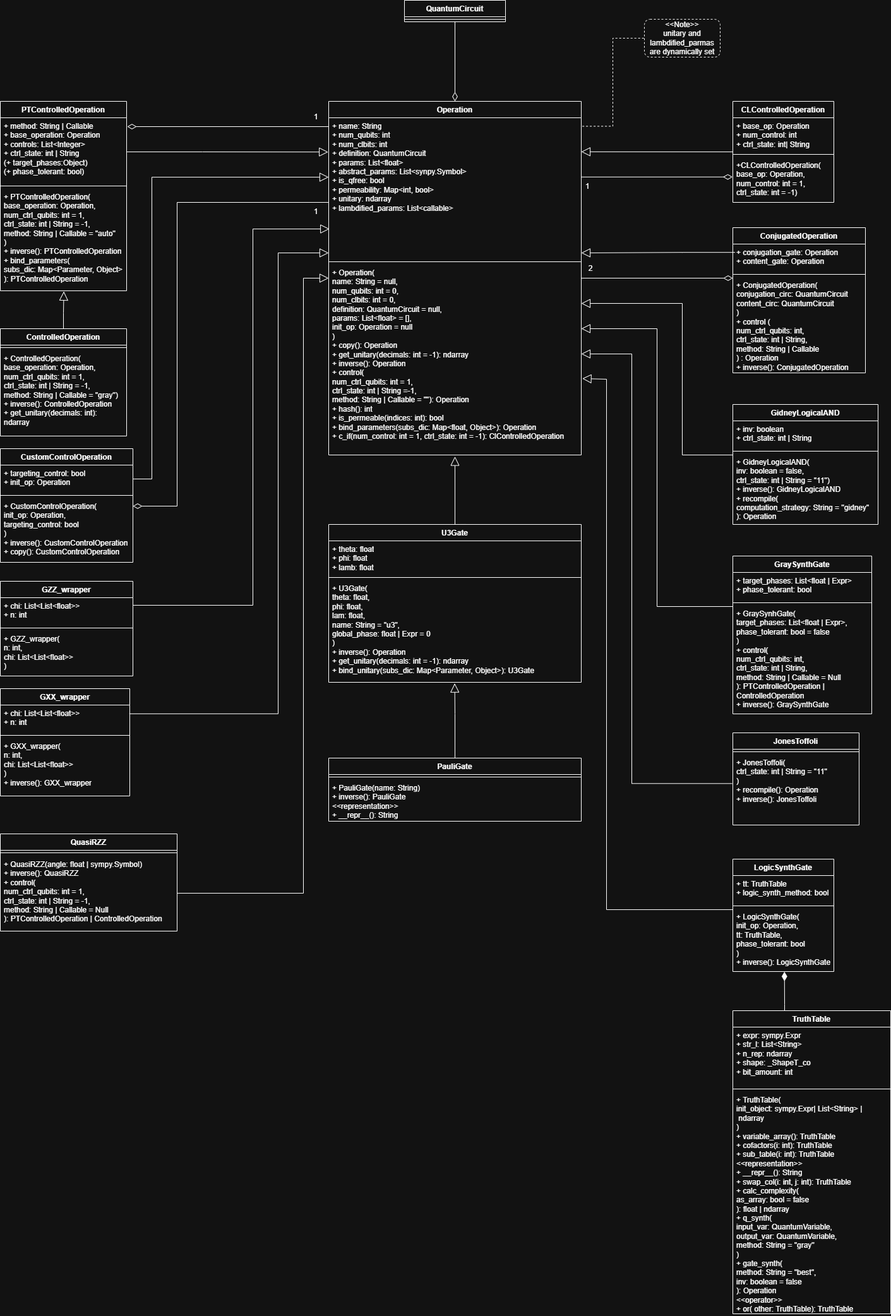
This is documentation/class_diagrams/Operations.png from Jfilz001/QrispUML, a draw.io export, as it was before one commit. Source tidied: cells renumbered, new cells last; positions are measured from the earlier drawing's top-left corner, leaving out a move shared by most shapes.
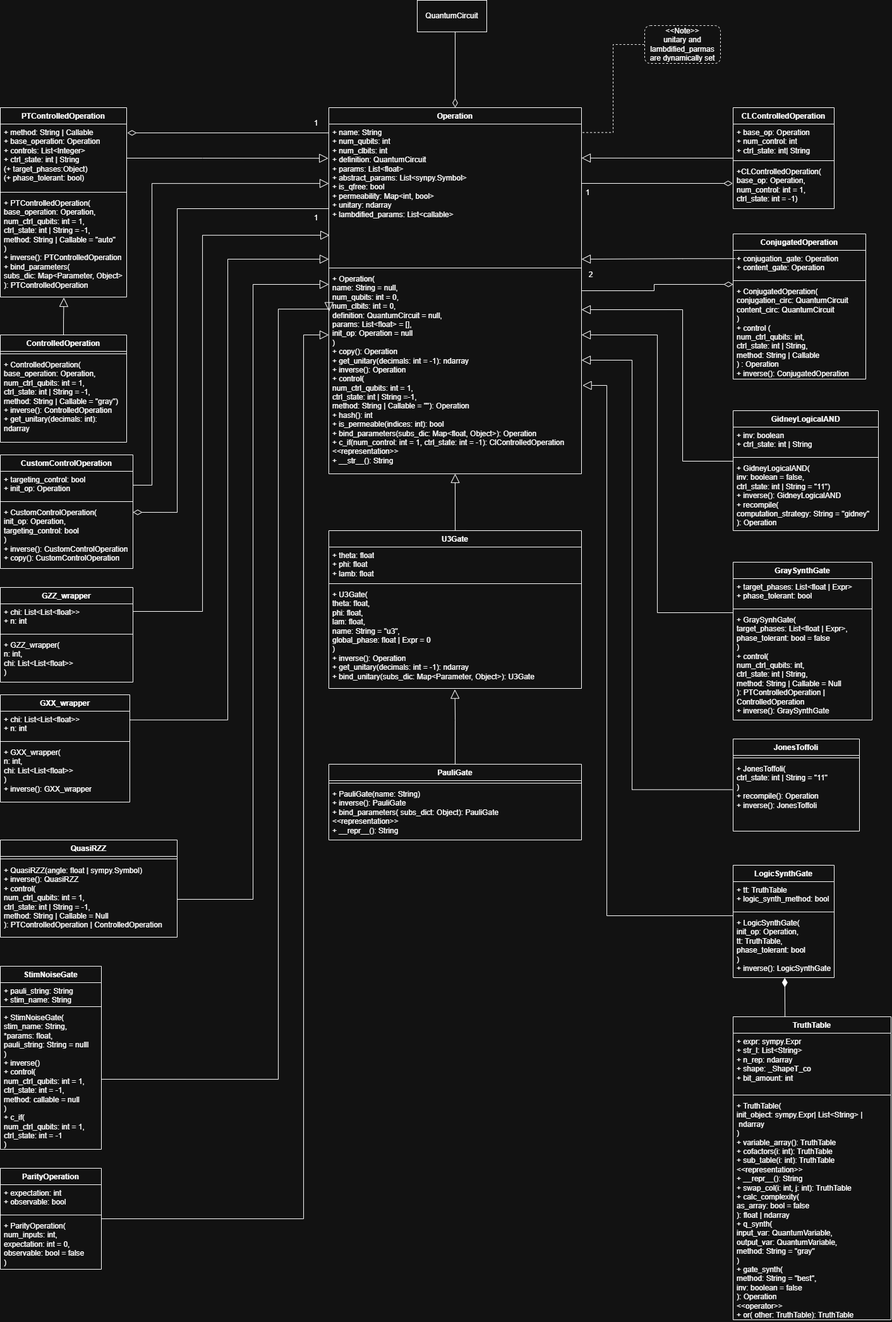
After the change.

Commit message:
Updated Operations Diagram and wiki to 0.8

Diff of the diagram source:
```diff
@@ -3,7 +3,7 @@
     <mxCell id="0" />
     <mxCell id="1" parent="0" />
     <mxCell id="2" value="Operation" style="swimlane;fontStyle=1;align=center;verticalAlign=top;horizontal=1;startSize=26;whiteSpace=wrap;html=1;" parent="1" vertex="1">
-      <mxGeometry x="520" y="160" width="400" height="560" as="geometry" />
+      <mxGeometry x="520" y="160" width="400" height="580" as="geometry" />
     </mxCell>
     <mxCell id="3" value="+ name: String&lt;div&gt;+ num_qubits: int&lt;/div&gt;&lt;div&gt;+ num_clbits: int&lt;/div&gt;&lt;div&gt;+ definition: QuantumCircuit&lt;/div&gt;&lt;div&gt;+ params: List&amp;lt;float&amp;gt;&lt;/div&gt;&lt;div&gt;+ abstract_params: List&amp;lt;synpy.Symbol&amp;gt;&lt;/div&gt;&lt;div&gt;+ is_qfree: bool&lt;/div&gt;&lt;div&gt;+ permeability: Map&amp;lt;int, bool&amp;gt;&lt;/div&gt;&lt;div&gt;+ unitary: ndarray&lt;/div&gt;&lt;div&gt;+ lambdified_params: List&amp;lt;callable&amp;gt;&lt;/div&gt;&lt;div&gt;&lt;div&gt;&lt;br&gt;&lt;/div&gt;&lt;/div&gt;" style="text;strokeColor=none;fillColor=none;align=left;verticalAlign=top;spacingLeft=4;spacingRight=4;overflow=hidden;points=[[0,0.5],[1,0.5]];portConstraint=eastwest;whiteSpace=wrap;html=1;" parent="2" vertex="1">
       <mxGeometry y="26" width="400" height="224" as="geometry" />
@@ -11,8 +11,8 @@
     <mxCell id="4" style="line;strokeWidth=1;fillColor=none;align=left;verticalAlign=middle;spacingTop=-1;spacingLeft=3;spacingRight=3;labelPosition=right;strokeColor=inherit;" parent="2" vertex="1">
       <mxGeometry y="250" width="400" height="8" as="geometry" />
     </mxCell>
-    <mxCell id="5" value="+ Operation(&lt;div&gt;name: String = null,&lt;/div&gt;&lt;div&gt;num_qubits: int = 0,&lt;/div&gt;&lt;div&gt;num_clbits: int = 0,&lt;/div&gt;&lt;div&gt;definition: QuantumCircuit = null&lt;span style=&quot;background-color: transparent; color: light-dark(rgb(0, 0, 0), rgb(255, 255, 255));&quot;&gt;,&lt;/span&gt;&lt;/div&gt;&lt;div&gt;&lt;span style=&quot;background-color: transparent; color: light-dark(rgb(0, 0, 0), rgb(255, 255, 255));&quot;&gt;params: List&amp;lt;float&amp;gt; = [],&lt;/span&gt;&lt;/div&gt;&lt;div&gt;&lt;span style=&quot;background-color: transparent; color: light-dark(rgb(0, 0, 0), rgb(255, 255, 255));&quot;&gt;init_op: Operation = null&lt;/span&gt;&lt;/div&gt;&lt;div&gt;)&lt;/div&gt;&lt;div&gt;+ copy(): Operation&lt;/div&gt;&lt;div&gt;+ get_unitary(decimals: int = -1): ndarray&lt;/div&gt;&lt;div&gt;+ inverse(): Operation&lt;/div&gt;&lt;div&gt;+ control(&lt;br&gt;num_ctrl_qubits: int = 1,&lt;/div&gt;&lt;div&gt;ctrl_state: int | String =-1,&lt;/div&gt;&lt;div&gt;method: String | Callable = &quot;&quot;): Operation&lt;/div&gt;&lt;div&gt;+ hash(): int&lt;/div&gt;&lt;div&gt;+ is_permeable(indices: int): bool&lt;/div&gt;&lt;div&gt;+ bind_parameters(subs_dic:&amp;nbsp;&lt;span style=&quot;background-color: transparent; color: light-dark(rgb(0, 0, 0), rgb(255, 255, 255));&quot;&gt;Map&amp;lt;float, Object&amp;gt;): Operation&lt;/span&gt;&lt;/div&gt;&lt;div&gt;&lt;span style=&quot;background-color: transparent; color: light-dark(rgb(0, 0, 0), rgb(255, 255, 255));&quot;&gt;+ c_if(num_control: int = 1, ctrl_state: int = -1): ClControlledOperation&lt;/span&gt;&lt;/div&gt;" style="text;strokeColor=none;fillColor=none;align=left;verticalAlign=top;spacingLeft=4;spacingRight=4;overflow=hidden;points=[[0,0.5],[1,0.5]];portConstraint=eastwest;whiteSpace=wrap;html=1;" parent="2" vertex="1">
-      <mxGeometry y="258" width="400" height="302" as="geometry" />
+    <mxCell id="5" value="+ Operation(&lt;div&gt;name: String = null,&lt;/div&gt;&lt;div&gt;num_qubits: int = 0,&lt;/div&gt;&lt;div&gt;num_clbits: int = 0,&lt;/div&gt;&lt;div&gt;definition: QuantumCircuit = null&lt;span style=&quot;background-color: transparent; color: light-dark(rgb(0, 0, 0), rgb(255, 255, 255));&quot;&gt;,&lt;/span&gt;&lt;/div&gt;&lt;div&gt;&lt;span style=&quot;background-color: transparent; color: light-dark(rgb(0, 0, 0), rgb(255, 255, 255));&quot;&gt;params: List&amp;lt;float&amp;gt; = [],&lt;/span&gt;&lt;/div&gt;&lt;div&gt;&lt;span style=&quot;background-color: transparent; color: light-dark(rgb(0, 0, 0), rgb(255, 255, 255));&quot;&gt;init_op: Operation = null&lt;/span&gt;&lt;/div&gt;&lt;div&gt;)&lt;/div&gt;&lt;div&gt;+ copy(): Operation&lt;/div&gt;&lt;div&gt;+ get_unitary(decimals: int = -1): ndarray&lt;/div&gt;&lt;div&gt;+ inverse(): Operation&lt;/div&gt;&lt;div&gt;+ control(&lt;br&gt;num_ctrl_qubits: int = 1,&lt;/div&gt;&lt;div&gt;ctrl_state: int | String =-1,&lt;/div&gt;&lt;div&gt;method: String | Callable = &quot;&quot;): Operation&lt;/div&gt;&lt;div&gt;+ hash(): int&lt;/div&gt;&lt;div&gt;+ is_permeable(indices: int): bool&lt;/div&gt;&lt;div&gt;+ bind_parameters(subs_dic:&amp;nbsp;&lt;span style=&quot;background-color: transparent; color: light-dark(rgb(0, 0, 0), rgb(255, 255, 255));&quot;&gt;Map&amp;lt;float, Object&amp;gt;): Operation&lt;/span&gt;&lt;/div&gt;&lt;div&gt;&lt;span style=&quot;background-color: transparent; color: light-dark(rgb(0, 0, 0), rgb(255, 255, 255));&quot;&gt;+ c_if(num_control: int = 1, ctrl_state: int = -1): ClControlledOperation&lt;/span&gt;&lt;/div&gt;&lt;div&gt;&lt;span style=&quot;background-color: transparent; color: light-dark(rgb(0, 0, 0), rgb(255, 255, 255));&quot;&gt;&amp;lt;&amp;lt;representation&amp;gt;&amp;gt;&lt;/span&gt;&lt;/div&gt;&lt;div&gt;&lt;span style=&quot;background-color: transparent; color: light-dark(rgb(0, 0, 0), rgb(255, 255, 255));&quot;&gt;+ __str__(): String&lt;/span&gt;&lt;/div&gt;" style="text;strokeColor=none;fillColor=none;align=left;verticalAlign=top;spacingLeft=4;spacingRight=4;overflow=hidden;points=[[0,0.5],[1,0.5]];portConstraint=eastwest;whiteSpace=wrap;html=1;" parent="2" vertex="1">
+      <mxGeometry y="258" width="400" height="322" as="geometry" />
     </mxCell>
     <mxCell id="6" value="&amp;lt;&amp;lt;Note&amp;gt;&amp;gt;&lt;div&gt;unitary and lambdified_parmas are dynamically set&lt;/div&gt;" style="rounded=1;whiteSpace=wrap;html=1;dashed=1;" parent="1" vertex="1">
       <mxGeometry x="1020" y="30" width="120" height="60" as="geometry" />
@@ -35,20 +35,20 @@
     <mxCell id="12" style="edgeStyle=orthogonalEdgeStyle;rounded=0;orthogonalLoop=1;jettySize=auto;html=1;exitX=0.509;exitY=-0.003;exitDx=0;exitDy=0;endSize=12;endArrow=block;endFill=0;exitPerimeter=0;" parent="1" edge="1">
       <mxGeometry relative="1" as="geometry">
         <mxPoint x="736.6" y="830" as="sourcePoint" />
-        <mxPoint x="720" y="722.5" as="targetPoint" />
+        <mxPoint x="720" y="740" as="targetPoint" />
         <Array as="points">
           <mxPoint x="720" y="830.5" />
         </Array>
       </mxGeometry>
     </mxCell>
     <mxCell id="13" value="PauliGate" style="swimlane;fontStyle=1;align=center;verticalAlign=top;horizontal=1;startSize=26;whiteSpace=wrap;html=1;" parent="1" vertex="1">
-      <mxGeometry x="520" y="1200" width="400" height="100" as="geometry" />
+      <mxGeometry x="520" y="1200" width="400" height="120" as="geometry" />
     </mxCell>
     <mxCell id="14" style="line;strokeWidth=1;fillColor=none;align=left;verticalAlign=middle;spacingTop=-1;spacingLeft=3;spacingRight=3;labelPosition=right;strokeColor=inherit;" parent="13" vertex="1">
       <mxGeometry y="26" width="400" height="8" as="geometry" />
     </mxCell>
-    <mxCell id="15" value="+ PauliGate(name: String)&lt;div&gt;+ inverse(): PauliGate&lt;/div&gt;&lt;div&gt;&amp;lt;&amp;lt;representation&amp;gt;&amp;gt;&lt;/div&gt;&lt;div&gt;+ __repr__(): String&lt;/div&gt;&lt;div&gt;&lt;br&gt;&lt;div&gt;&lt;br&gt;&lt;/div&gt;&lt;/div&gt;" style="text;strokeColor=none;fillColor=none;align=left;verticalAlign=top;spacingLeft=4;spacingRight=4;overflow=hidden;whiteSpace=wrap;html=1;" parent="13" vertex="1">
-      <mxGeometry y="34" width="400" height="66" as="geometry" />
+    <mxCell id="15" value="+ PauliGate(name: String)&lt;div&gt;+ inverse(): PauliGate&lt;/div&gt;&lt;div&gt;+ bind_parameters( subs_dict: Object): PauliGate&lt;/div&gt;&lt;div&gt;&amp;lt;&amp;lt;representation&amp;gt;&amp;gt;&lt;/div&gt;&lt;div&gt;+ __repr__(): String&lt;/div&gt;&lt;div&gt;&lt;br&gt;&lt;div&gt;&lt;br&gt;&lt;/div&gt;&lt;/div&gt;" style="text;strokeColor=none;fillColor=none;align=left;verticalAlign=top;spacingLeft=4;spacingRight=4;overflow=hidden;whiteSpace=wrap;html=1;" parent="13" vertex="1">
+      <mxGeometry y="34" width="400" height="86" as="geometry" />
     </mxCell>
     <mxCell id="16" style="edgeStyle=orthogonalEdgeStyle;rounded=0;jettySize=auto;html=1;exitX=0.5;exitY=0;exitDx=0;exitDy=0;entryX=0.499;entryY=1.01;entryDx=0;entryDy=0;entryPerimeter=0;endArrow=block;endFill=0;endSize=12;" parent="1" edge="1" source="13" target="11">
       <mxGeometry relative="1" as="geometry">
@@ -177,8 +177,8 @@
       <mxGeometry relative="1" as="geometry">
         <Array as="points">
           <mxPoint x="210" y="958" />
-          <mxPoint x="400" y="958" />
-          <mxPoint x="400" y="362" />
+          <mxPoint x="320" y="958" />
+          <mxPoint x="320" y="362" />
         </Array>
       </mxGeometry>
     </mxCell>
@@ -198,8 +198,8 @@
       <mxGeometry relative="1" as="geometry">
         <mxPoint x="520" y="400" as="targetPoint" />
         <Array as="points">
-          <mxPoint x="440" y="1130" />
-          <mxPoint x="440" y="400" />
+          <mxPoint x="360" y="1130" />
+          <mxPoint x="360" y="400" />
         </Array>
       </mxGeometry>
     </mxCell>
@@ -207,8 +207,8 @@
       <mxGeometry relative="1" as="geometry">
         <mxPoint x="520" y="440" as="targetPoint" />
         <Array as="points">
-          <mxPoint x="480" y="1414" />
-          <mxPoint x="480" y="440" />
+          <mxPoint x="400" y="1414" />
+          <mxPoint x="400" y="440" />
         </Array>
       </mxGeometry>
     </mxCell>
@@ -359,14 +359,53 @@
     <mxCell id="86" value="1" style="text;html=1;align=center;verticalAlign=middle;whiteSpace=wrap;rounded=0;" parent="1" vertex="1">
       <mxGeometry x="470" y="320" width="60" height="30" as="geometry" />
     </mxCell>
-    <mxCell id="87" style="edgeStyle=orthogonalEdgeStyle;rounded=0;jettySize=auto;html=1;exitX=0.5;exitY=1;exitDx=0;exitDy=0;entryX=0.5;entryY=0;entryDx=0;entryDy=0;endArrow=diamondThin;endFill=0;endSize=12;" parent="1" edge="1" source="88" target="2">
-      <mxGeometry relative="1" as="geometry" />
+    <mxCell id="87" style="edgeStyle=orthogonalEdgeStyle;rounded=0;jettySize=auto;html=1;exitX=0.5;exitY=1;exitDx=0;exitDy=0;entryX=0.5;entryY=0;entryDx=0;entryDy=0;endArrow=diamondThin;endFill=0;endSize=12;" parent="1" edge="1" target="2">
+      <mxGeometry relative="1" as="geometry">
+        <mxPoint x="720" y="34" as="sourcePoint" />
+      </mxGeometry>
     </mxCell>
+    <mxCell id="90" value="StimNoiseGate" style="swimlane;fontStyle=1;align=center;verticalAlign=top;horizontal=1;startSize=26;whiteSpace=wrap;html=1;" parent="1" vertex="1">
+      <mxGeometry y="1520" width="160" height="290" as="geometry" />
+    </mxCell>
+    <mxCell id="91" value="+ pauli_string: String&lt;div&gt;+ stim_name: String&lt;/div&gt;" style="text;strokeColor=none;fillColor=none;align=left;verticalAlign=top;spacingLeft=4;spacingRight=4;overflow=hidden;whiteSpace=wrap;html=1;" parent="90" vertex="1">
+      <mxGeometry y="26" width="160" height="34" as="geometry" />
+    </mxCell>
+    <mxCell id="92" style="line;strokeWidth=1;fillColor=none;align=left;verticalAlign=middle;spacingTop=-1;spacingLeft=3;spacingRight=3;labelPosition=right;strokeColor=inherit;" parent="90" vertex="1">
+      <mxGeometry y="60" width="160" height="8" as="geometry" />
+    </mxCell>
+    <mxCell id="93" value="+ StimNoiseGate(&lt;div&gt;stim_name: String,&lt;/div&gt;&lt;div&gt;*params: float,&lt;/div&gt;&lt;div&gt;pauli_string: String = nulll&lt;br&gt;&lt;div&gt;)&lt;/div&gt;&lt;/div&gt;&lt;div&gt;+ inverse()&lt;/div&gt;&lt;div&gt;+ control(&lt;/div&gt;&lt;div&gt;num_ctrl_qubits: int = 1,&lt;/div&gt;&lt;div&gt;ctrl_state: int = -1,&lt;/div&gt;&lt;div&gt;method: callable = null&lt;/div&gt;&lt;div&gt;)&lt;/div&gt;&lt;div&gt;+ c_if(&lt;/div&gt;&lt;div&gt;&lt;div&gt;num_ctrl_qubits: int = 1,&lt;/div&gt;&lt;div&gt;ctrl_state: int = -1&lt;/div&gt;&lt;/div&gt;&lt;div&gt;)&lt;/div&gt;" style="text;strokeColor=none;fillColor=none;align=left;verticalAlign=top;spacingLeft=4;spacingRight=4;overflow=hidden;points=[[0,0.5],[1,0.5]];portConstraint=eastwest;whiteSpace=wrap;html=1;" parent="90" vertex="1">
+      <mxGeometry y="68" width="160" height="222" as="geometry" />
+    </mxCell>
+    <mxCell id="94" style="edgeStyle=orthogonalEdgeStyle;rounded=0;jettySize=auto;html=1;exitX=1;exitY=0.5;exitDx=0;exitDy=0;entryX=0.001;entryY=0.201;entryDx=0;entryDy=0;entryPerimeter=0;endArrow=block;endFill=0;endSize=12;" parent="1" edge="1" source="93" target="5">
+      <mxGeometry relative="1" as="geometry">
+        <Array as="points">
+          <mxPoint x="440" y="1699" />
+          <mxPoint x="440" y="479" />
+        </Array>
+      </mxGeometry>
+    </mxCell>
+    <mxCell id="95" value="ParityOperation" style="swimlane;fontStyle=1;align=center;verticalAlign=top;horizontal=1;startSize=26;whiteSpace=wrap;html=1;" parent="1" vertex="1">
+      <mxGeometry y="1840" width="160" height="160" as="geometry" />
+    </mxCell>
+    <mxCell id="96" value="+ expectation: int&lt;div&gt;+ observable: bool&lt;/div&gt;" style="text;strokeColor=none;fillColor=none;align=left;verticalAlign=top;spacingLeft=4;spacingRight=4;overflow=hidden;whiteSpace=wrap;html=1;" parent="95" vertex="1">
+      <mxGeometry y="26" width="160" height="44" as="geometry" />
+    </mxCell>
+    <mxCell id="97" style="line;strokeWidth=1;fillColor=none;align=left;verticalAlign=middle;spacingTop=-1;spacingLeft=3;spacingRight=3;labelPosition=right;strokeColor=inherit;" parent="95" vertex="1">
+      <mxGeometry y="70" width="160" height="8" as="geometry" />
+    </mxCell>
+    <mxCell id="98" value="+ ParityOperation(&lt;div&gt;num_inputs: int,&lt;/div&gt;&lt;div&gt;expectation: int = 0,&lt;/div&gt;&lt;div&gt;observable: bool = false&lt;/div&gt;&lt;div&gt;)&lt;/div&gt;" style="text;strokeColor=none;fillColor=none;align=left;verticalAlign=top;spacingLeft=4;spacingRight=4;overflow=hidden;whiteSpace=wrap;html=1;" parent="95" vertex="1">
+      <mxGeometry y="78" width="160" height="82" as="geometry" />
+    </mxCell>
+    <mxCell id="99" style="edgeStyle=orthogonalEdgeStyle;rounded=0;jettySize=auto;html=1;exitX=1;exitY=0.5;exitDx=0;exitDy=0;endArrow=block;endFill=0;endSize=12;" parent="1" edge="1" source="95" target="5">
+      <mxGeometry relative="1" as="geometry">
+        <Array as="points">
+          <mxPoint x="480" y="1920" />
+          <mxPoint x="480" y="520" />
+        </Array>
+      </mxGeometry>
+    </mxCell>
-    <mxCell id="88" value="QuantumCircuit" style="swimlane;fontStyle=1;align=center;verticalAlign=top;horizontal=1;startSize=26;whiteSpace=wrap;html=1;" parent="1" vertex="1">
-      <mxGeometry x="640" width="160" height="34" as="geometry" />
+    <mxCell id="88" value="QuantumCircuit" style="html=1;whiteSpace=wrap;" parent="1" vertex="1">
+      <mxGeometry x="660" y="-10" width="110" height="50" as="geometry" />
     </mxCell>
-    <mxCell id="89" style="line;strokeWidth=1;fillColor=none;align=left;verticalAlign=middle;spacingTop=-1;spacingLeft=3;spacingRight=3;labelPosition=right;strokeColor=inherit;" parent="88" vertex="1">
-      <mxGeometry y="26" width="160" height="8" as="geometry" />
-    </mxCell>
   </root>
 </mxGraphModel>
```
